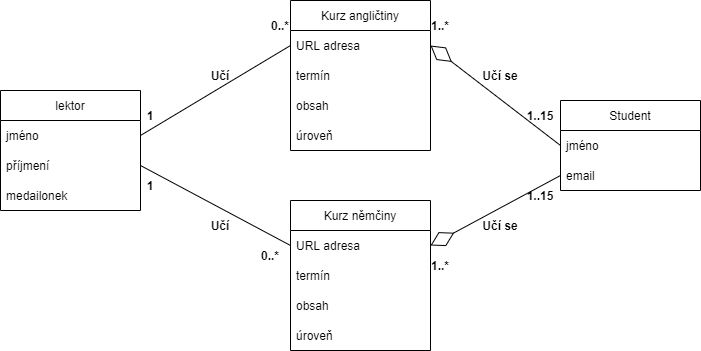
TynaMadlova/diagrams.net keeps this draw.io diagram as jazykove kurzy.png. Above is the earlier version. Source tidied: cells renumbered, new cells last; positions are measured from the earlier drawing's top-left corner, leaving out a move shared by most shapes.
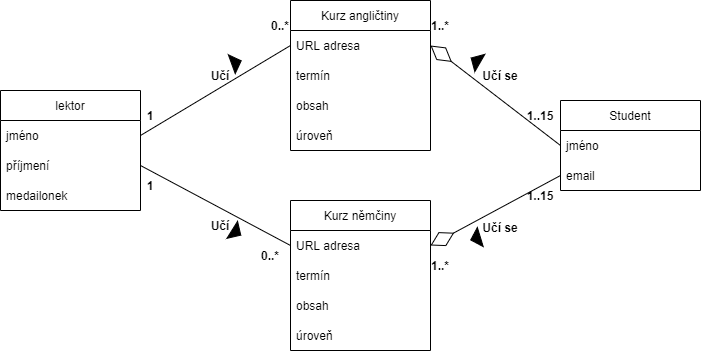
The same diagram one commit later.

The edit, as a diff of the source:
```diff
@@ -87,7 +87,7 @@
       <mxGeometry x="470" y="60" width="60" height="30" as="geometry" />
     </mxCell>
     <mxCell id="30" value="&lt;b&gt;Učí se&lt;/b&gt;" style="text;html=1;strokeColor=none;fillColor=none;align=center;verticalAlign=middle;whiteSpace=wrap;rounded=0;" parent="1" vertex="1">
-      <mxGeometry x="470" y="210" width="60" height="30" as="geometry" />
+      <mxGeometry x="470" y="212" width="60" height="30" as="geometry" />
     </mxCell>
     <mxCell id="31" value="&lt;b&gt;1..*&lt;/b&gt;" style="text;html=1;strokeColor=none;fillColor=none;align=center;verticalAlign=middle;whiteSpace=wrap;rounded=0;" parent="1" vertex="1">
       <mxGeometry x="410" y="10" width="60" height="30" as="geometry" />
@@ -101,5 +101,17 @@
     <mxCell id="34" value="&lt;b&gt;1..15&lt;/b&gt;" style="text;html=1;strokeColor=none;fillColor=none;align=center;verticalAlign=middle;whiteSpace=wrap;rounded=0;" parent="1" vertex="1">
       <mxGeometry x="510" y="180" width="60" height="30" as="geometry" />
     </mxCell>
+    <mxCell id="35" style="triangle;whiteSpace=wrap;html=1;fillColor=#000000;rotation=-20;" parent="1" vertex="1">
+      <mxGeometry x="231" y="52" width="10" height="20" as="geometry" />
+    </mxCell>
+    <mxCell id="36" style="triangle;whiteSpace=wrap;html=1;fillColor=#000000;rotation=32;" parent="1" vertex="1">
+      <mxGeometry x="231" y="222" width="10" height="20" as="geometry" />
+    </mxCell>
+    <mxCell id="37" style="triangle;whiteSpace=wrap;html=1;fillColor=#000000;rotation=-150;" parent="1" vertex="1">
+      <mxGeometry x="470" y="50" width="10" height="20" as="geometry" />
+    </mxCell>
+    <mxCell id="38" style="triangle;whiteSpace=wrap;html=1;fillColor=#000000;rotation=-197;" parent="1" vertex="1">
+      <mxGeometry x="470" y="228" width="10" height="20" as="geometry" />
+    </mxCell>
   </root>
 </mxGraphModel>
```
